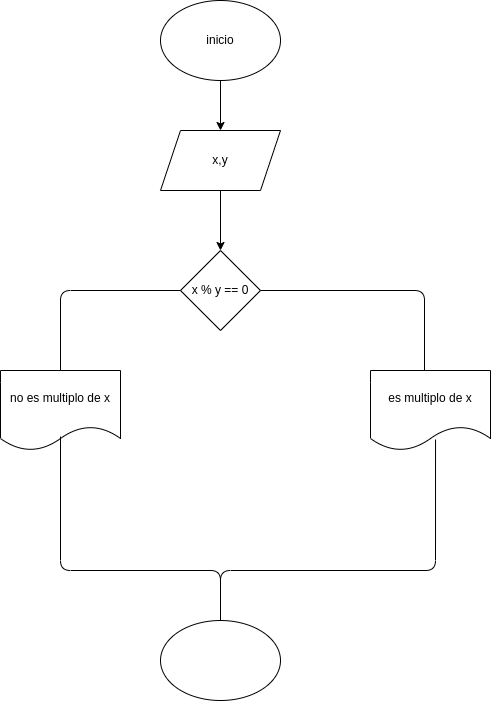
Before: ejercicio_8/diagrama.png, a diagram exported from draw.io (Chalarcanicolas/taller_condicionales). Source tidied: cells renumbered, new cells last; positions are measured from the earlier drawing's top-left corner, leaving out a move shared by most shapes. Source of this version:
```xml
<mxGraphModel>
  <root>
    <mxCell id="0" />
    <mxCell id="1" parent="0" />
    <mxCell id="2" style="edgeStyle=none;html=1;" parent="1" edge="1" source="3" target="5">
      <mxGeometry relative="1" as="geometry" />
    </mxCell>
    <mxCell id="3" value="inicio" style="ellipse;whiteSpace=wrap;html=1;" parent="1" vertex="1">
      <mxGeometry x="160" width="120" height="80" as="geometry" />
    </mxCell>
    <mxCell id="4" style="edgeStyle=none;html=1;" parent="1" edge="1" source="5" target="6">
      <mxGeometry relative="1" as="geometry" />
    </mxCell>
    <mxCell id="5" value="x,y" style="shape=parallelogram;perimeter=parallelogramPerimeter;whiteSpace=wrap;html=1;fixedSize=1;" parent="1" vertex="1">
      <mxGeometry x="160" y="130" width="120" height="60" as="geometry" />
    </mxCell>
    <mxCell id="6" value="x % y == 0" style="rhombus;whiteSpace=wrap;html=1;" parent="1" vertex="1">
      <mxGeometry x="180" y="250" width="80" height="80" as="geometry" />
    </mxCell>
    <mxCell id="7" value="es multiplo de x" style="shape=document;whiteSpace=wrap;html=1;boundedLbl=1;" parent="1" vertex="1">
      <mxGeometry x="370" y="370" width="120" height="80" as="geometry" />
    </mxCell>
    <mxCell id="8" value="no es multiplo de x" style="shape=document;whiteSpace=wrap;html=1;boundedLbl=1;" parent="1" vertex="1">
      <mxGeometry y="370" width="120" height="80" as="geometry" />
    </mxCell>
    <mxCell id="9" style="endArrow=none;html=1;entryX=1;entryY=0.5;entryDx=0;entryDy=0;exitX=0.45;exitY=0;exitDx=0;exitDy=0;exitPerimeter=0;" parent="1" edge="1" source="7" target="6">
      <mxGeometry relative="1" as="geometry">
        <Array as="points">
          <mxPoint x="424" y="290" />
        </Array>
      </mxGeometry>
    </mxCell>
    <mxCell id="10" style="endArrow=none;html=1;entryX=0;entryY=0.5;entryDx=0;entryDy=0;exitX=0.5;exitY=0;exitDx=0;exitDy=0;" parent="1" edge="1" source="8" target="6">
      <mxGeometry relative="1" as="geometry">
        <Array as="points">
          <mxPoint x="60" y="290" />
        </Array>
      </mxGeometry>
    </mxCell>
    <mxCell id="11" style="endArrow=none;html=1;entryX=0.5;entryY=0.825;entryDx=0;entryDy=0;entryPerimeter=0;exitX=0.5;exitY=0;exitDx=0;exitDy=0;" parent="1" edge="1" source="12" target="8">
      <mxGeometry relative="1" as="geometry">
        <Array as="points">
          <mxPoint x="220" y="570" />
          <mxPoint x="60" y="570" />
        </Array>
      </mxGeometry>
    </mxCell>
    <mxCell id="12" style="ellipse;whiteSpace=wrap;html=1;" parent="1" vertex="1">
      <mxGeometry x="160" y="620" width="120" height="80" as="geometry" />
    </mxCell>
    <mxCell id="13" style="endArrow=none;html=1;exitX=0.5;exitY=0;exitDx=0;exitDy=0;entryX=0.542;entryY=0.863;entryDx=0;entryDy=0;entryPerimeter=0;" parent="1" edge="1" source="12" target="7">
      <mxGeometry relative="1" as="geometry">
        <Array as="points">
          <mxPoint x="220" y="570" />
          <mxPoint x="435" y="570" />
        </Array>
      </mxGeometry>
    </mxCell>
  </root>
</mxGraphModel>
```
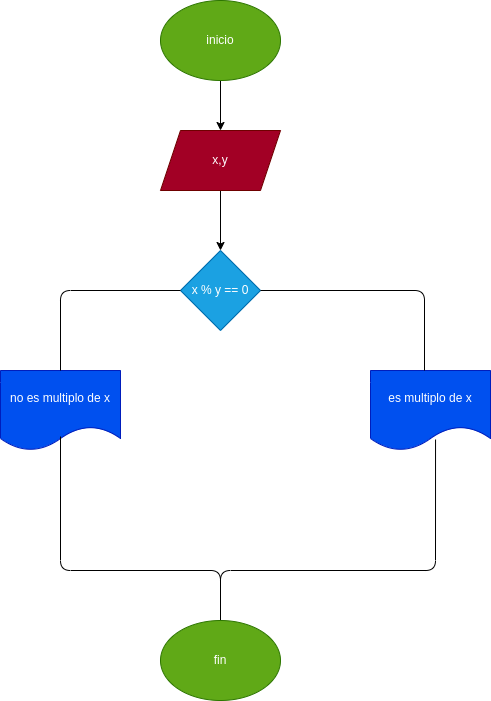
Later version of the same file.

What changed in the source:
```diff
@@ -5,22 +5,22 @@
     <mxCell id="2" style="edgeStyle=none;html=1;" parent="1" edge="1" source="3" target="5">
       <mxGeometry relative="1" as="geometry" />
     </mxCell>
-    <mxCell id="3" value="inicio" style="ellipse;whiteSpace=wrap;html=1;" parent="1" vertex="1">
+    <mxCell id="3" value="inicio" style="ellipse;whiteSpace=wrap;html=1;fillColor=#60a917;fontColor=#ffffff;strokeColor=#2D7600;" parent="1" vertex="1">
       <mxGeometry x="160" width="120" height="80" as="geometry" />
     </mxCell>
     <mxCell id="4" style="edgeStyle=none;html=1;" parent="1" edge="1" source="5" target="6">
       <mxGeometry relative="1" as="geometry" />
     </mxCell>
-    <mxCell id="5" value="x,y" style="shape=parallelogram;perimeter=parallelogramPerimeter;whiteSpace=wrap;html=1;fixedSize=1;" parent="1" vertex="1">
+    <mxCell id="5" value="x,y" style="shape=parallelogram;perimeter=parallelogramPerimeter;whiteSpace=wrap;html=1;fixedSize=1;fillColor=#a20025;fontColor=#ffffff;strokeColor=#6F0000;" parent="1" vertex="1">
       <mxGeometry x="160" y="130" width="120" height="60" as="geometry" />
     </mxCell>
-    <mxCell id="6" value="x % y == 0" style="rhombus;whiteSpace=wrap;html=1;" parent="1" vertex="1">
+    <mxCell id="6" value="x % y == 0" style="rhombus;whiteSpace=wrap;html=1;fillColor=#1ba1e2;fontColor=#ffffff;strokeColor=#006EAF;" parent="1" vertex="1">
       <mxGeometry x="180" y="250" width="80" height="80" as="geometry" />
     </mxCell>
-    <mxCell id="7" value="es multiplo de x" style="shape=document;whiteSpace=wrap;html=1;boundedLbl=1;" parent="1" vertex="1">
+    <mxCell id="7" value="es multiplo de x" style="shape=document;whiteSpace=wrap;html=1;boundedLbl=1;fillColor=#0050ef;fontColor=#ffffff;strokeColor=#001DBC;" parent="1" vertex="1">
       <mxGeometry x="370" y="370" width="120" height="80" as="geometry" />
     </mxCell>
-    <mxCell id="8" value="no es multiplo de x" style="shape=document;whiteSpace=wrap;html=1;boundedLbl=1;" parent="1" vertex="1">
+    <mxCell id="8" value="no es multiplo de x" style="shape=document;whiteSpace=wrap;html=1;boundedLbl=1;fillColor=#0050ef;fontColor=#ffffff;strokeColor=#001DBC;" parent="1" vertex="1">
       <mxGeometry y="370" width="120" height="80" as="geometry" />
     </mxCell>
     <mxCell id="9" style="endArrow=none;html=1;entryX=1;entryY=0.5;entryDx=0;entryDy=0;exitX=0.45;exitY=0;exitDx=0;exitDy=0;exitPerimeter=0;" parent="1" edge="1" source="7" target="6">
@@ -37,24 +37,26 @@
         </Array>
       </mxGeometry>
     </mxCell>
-    <mxCell id="11" style="endArrow=none;html=1;entryX=0.5;entryY=0.825;entryDx=0;entryDy=0;entryPerimeter=0;exitX=0.5;exitY=0;exitDx=0;exitDy=0;" parent="1" edge="1" source="12" target="8">
+    <mxCell id="11" style="endArrow=none;html=1;entryX=0.5;entryY=0.825;entryDx=0;entryDy=0;entryPerimeter=0;exitX=0.5;exitY=0;exitDx=0;exitDy=0;" parent="1" edge="1" target="8">
       <mxGeometry relative="1" as="geometry">
+        <mxPoint x="220" y="620" as="sourcePoint" />
         <Array as="points">
           <mxPoint x="220" y="570" />
           <mxPoint x="60" y="570" />
         </Array>
       </mxGeometry>
     </mxCell>
-    <mxCell id="12" style="ellipse;whiteSpace=wrap;html=1;" parent="1" vertex="1">
-      <mxGeometry x="160" y="620" width="120" height="80" as="geometry" />
-    </mxCell>
-    <mxCell id="13" style="endArrow=none;html=1;exitX=0.5;exitY=0;exitDx=0;exitDy=0;entryX=0.542;entryY=0.863;entryDx=0;entryDy=0;entryPerimeter=0;" parent="1" edge="1" source="12" target="7">
+    <mxCell id="13" style="endArrow=none;html=1;exitX=0.5;exitY=0;exitDx=0;exitDy=0;entryX=0.542;entryY=0.863;entryDx=0;entryDy=0;entryPerimeter=0;" parent="1" edge="1" target="7">
       <mxGeometry relative="1" as="geometry">
+        <mxPoint x="220" y="620" as="sourcePoint" />
         <Array as="points">
           <mxPoint x="220" y="570" />
           <mxPoint x="435" y="570" />
         </Array>
       </mxGeometry>
     </mxCell>
+    <mxCell id="14" value="fin" style="ellipse;whiteSpace=wrap;html=1;fillColor=#60a917;fontColor=#ffffff;strokeColor=#2D7600;" parent="1" vertex="1">
+      <mxGeometry x="160" y="620" width="120" height="80" as="geometry" />
+    </mxCell>
   </root>
 </mxGraphModel>
```
